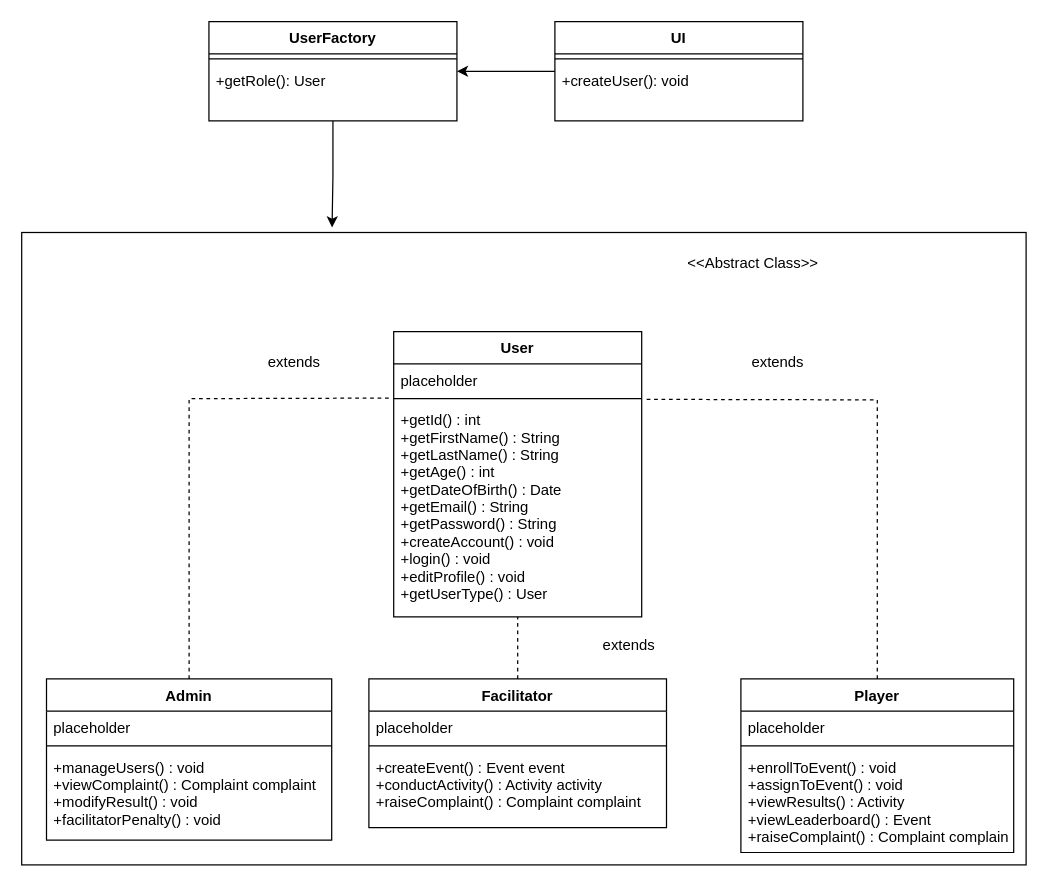
Before: Andrei/Factory Pattern diagram.drawio in Leonathal/MSS-ASS, a draw.io diagram. Source tidied: cells renumbered, new cells numbered last; positions are measured from the earlier drawing's top-left corner, leaving out a move shared by most shapes. Both pictures are drawn from the tidied source at 124%, with x=0, y=0 at pixel (21, 21).
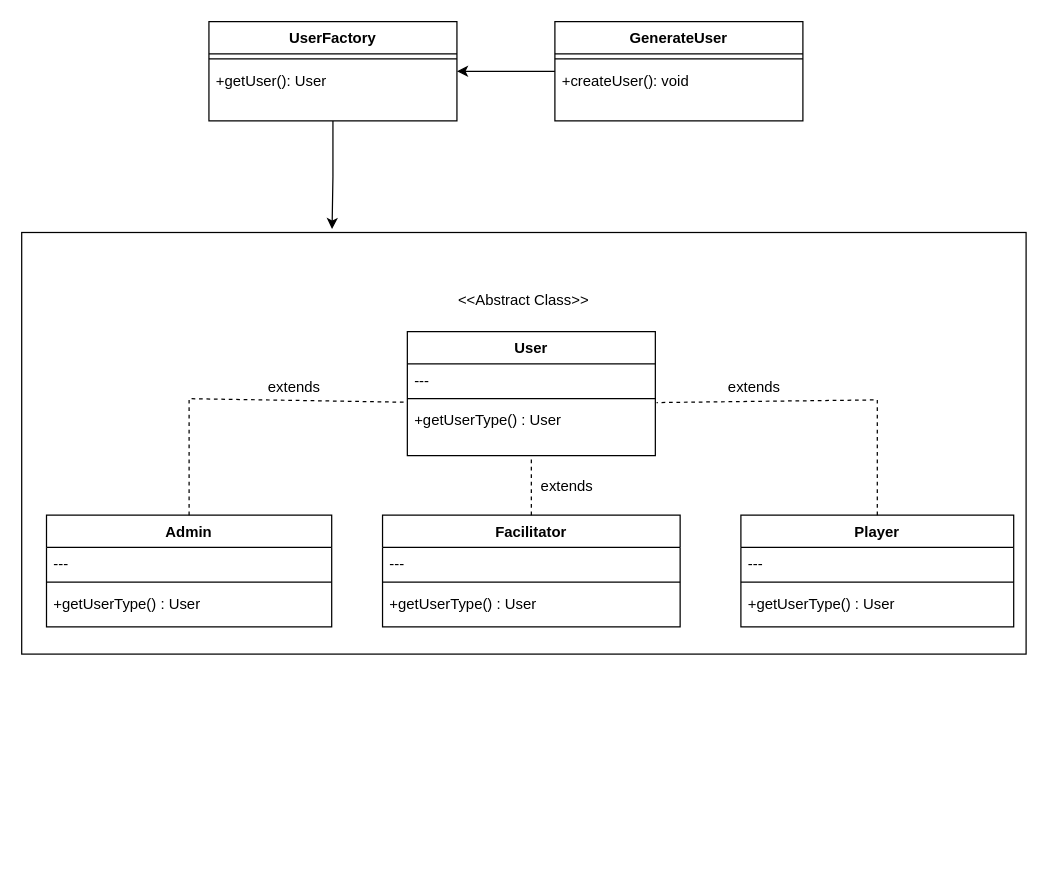
The same page after the edit.

Commit message (it also covers changes not shown here):
Changed yet again Factory Pattern diagrams and added pseudocode

The change refers to these unchanged cells:
```xml
<mxCell id="27" value="UserFactory" style="swimlane;fontStyle=1;align=center;verticalAlign=top;horizontal=1;startSize=26;" parent="1" vertex="1">
  <mxGeometry x="151" width="200" height="80" as="geometry" />
</mxCell>
```

Change to the diagram source:
```diff
@@
-    <mxCell id="2" style="rounded=0;whiteSpace=wrap;html=1;" parent="1" vertex="1">
-      <mxGeometry y="170" width="810" height="510" as="geometry" />
-    </mxCell>
+    <mxCell id="34" style="rounded=0;whiteSpace=wrap;html=1;" parent="1" vertex="1">
+      <mxGeometry y="170" width="810" height="340" as="geometry" />
+    </mxCell>
     <mxCell id="3" value="User" style="swimlane;fontStyle=1;align=center;verticalAlign=top;horizontal=1;startSize=26;" parent="1" vertex="1">
-      <mxGeometry x="300" y="250" width="200" height="230" as="geometry" />
+      <mxGeometry x="311" y="250" width="200" height="100" as="geometry" />
     </mxCell>
-    <mxCell id="4" value="placeholder" style="text;strokeColor=none;fillColor=none;align=left;verticalAlign=top;spacingLeft=4;spacingRight=4;overflow=hidden;" parent="3" vertex="1">
-      <mxGeometry y="26" width="200" height="24" as="geometry" />
-    </mxCell>
+    <mxCell id="35" value="---" style="text;strokeColor=none;fillColor=none;align=left;verticalAlign=top;spacingLeft=4;spacingRight=4;overflow=hidden;" parent="3" vertex="1">
+      <mxGeometry y="26" width="200" height="24" as="geometry" />
+    </mxCell>
@@
-    <mxCell id="6" value="+getId() : int&#10;+getFirstName() : String&#10;+getLastName() : String&#10;+getAge() : int&#10;+getDateOfBirth() : Date&#10;+getEmail() : String&#10;+getPassword() : String&#10;+createAccount() : void&#10;+login() : void&#10;+editProfile() : void&#10;+getUserType() : User" style="text;strokeColor=none;fillColor=none;align=left;verticalAlign=top;spacingLeft=4;spacingRight=4;overflow=hidden;points=[[0,0.5],[1,0.5]];portConstraint=eastwest;" parent="3" vertex="1">
-      <mxGeometry y="58" width="200" height="172" as="geometry" />
-    </mxCell>
+    <mxCell id="36" value="+getUserType() : User" style="text;strokeColor=none;fillColor=none;align=left;verticalAlign=top;spacingLeft=4;spacingRight=4;overflow=hidden;points=[[0,0.5],[1,0.5]];portConstraint=eastwest;" parent="3" vertex="1">
+      <mxGeometry y="58" width="200" height="42" as="geometry" />
+    </mxCell>
     <mxCell id="7" value="Admin" style="swimlane;fontStyle=1;align=center;verticalAlign=top;horizontal=1;startSize=26;" parent="1" vertex="1">
-      <mxGeometry x="20" y="530" width="230" height="130" as="geometry" />
+      <mxGeometry x="20" y="398" width="230" height="90" as="geometry" />
     </mxCell>
-    <mxCell id="8" value="placeholder" style="text;strokeColor=none;fillColor=none;align=left;verticalAlign=top;spacingLeft=4;spacingRight=4;overflow=hidden;" parent="7" vertex="1">
-      <mxGeometry y="26" width="230" height="24" as="geometry" />
-    </mxCell>
+    <mxCell id="37" value="---" style="text;strokeColor=none;fillColor=none;align=left;verticalAlign=top;spacingLeft=4;spacingRight=4;overflow=hidden;" parent="7" vertex="1">
+      <mxGeometry y="26" width="230" height="24" as="geometry" />
+    </mxCell>
@@
-    <mxCell id="10" value="+manageUsers() : void&#10;+viewComplaint() : Complaint complaint&#10;+modifyResult() : void&#10;+facilitatorPenalty() : void" style="text;strokeColor=none;fillColor=none;align=left;verticalAlign=top;spacingLeft=4;spacingRight=4;overflow=hidden;" parent="7" vertex="1">
-      <mxGeometry y="58" width="230" height="72" as="geometry" />
-    </mxCell>
+    <mxCell id="38" value="+getUserType() : User" style="text;strokeColor=none;fillColor=none;align=left;verticalAlign=top;spacingLeft=4;spacingRight=4;overflow=hidden;" parent="7" vertex="1">
+      <mxGeometry y="58" width="230" height="32" as="geometry" />
+    </mxCell>
     <mxCell id="11" value="Facilitator" style="swimlane;fontStyle=1;align=center;verticalAlign=top;horizontal=1;startSize=26;" parent="1" vertex="1">
-      <mxGeometry x="280" y="530" width="240" height="120" as="geometry" />
+      <mxGeometry x="291" y="398" width="240" height="90" as="geometry" />
     </mxCell>
-    <mxCell id="12" value="placeholder" style="text;strokeColor=none;fillColor=none;align=left;verticalAlign=top;spacingLeft=4;spacingRight=4;overflow=hidden;" parent="11" vertex="1">
-      <mxGeometry y="26" width="240" height="24" as="geometry" />
-    </mxCell>
+    <mxCell id="39" value="---" style="text;strokeColor=none;fillColor=none;align=left;verticalAlign=top;spacingLeft=4;spacingRight=4;overflow=hidden;" parent="11" vertex="1">
+      <mxGeometry y="26" width="240" height="24" as="geometry" />
+    </mxCell>
@@
-    <mxCell id="14" value="+createEvent() : Event event&#10;+conductActivity() : Activity activity&#10;+raiseComplaint() : Complaint complaint" style="text;strokeColor=none;fillColor=none;align=left;verticalAlign=top;spacingLeft=4;spacingRight=4;overflow=hidden;" parent="11" vertex="1">
-      <mxGeometry y="58" width="240" height="62" as="geometry" />
-    </mxCell>
+    <mxCell id="40" value="+getUserType() : User" style="text;strokeColor=none;fillColor=none;align=left;verticalAlign=top;spacingLeft=4;spacingRight=4;overflow=hidden;" parent="11" vertex="1">
+      <mxGeometry y="58" width="240" height="32" as="geometry" />
+    </mxCell>
     <mxCell id="15" value="Player" style="swimlane;fontStyle=1;align=center;verticalAlign=top;horizontal=1;startSize=26;" parent="1" vertex="1">
-      <mxGeometry x="580" y="530" width="220" height="140" as="geometry" />
+      <mxGeometry x="580" y="398" width="220" height="90" as="geometry" />
     </mxCell>
-    <mxCell id="16" value="placeholder" style="text;strokeColor=none;fillColor=none;align=left;verticalAlign=top;spacingLeft=4;spacingRight=4;overflow=hidden;" parent="15" vertex="1">
-      <mxGeometry y="26" width="220" height="24" as="geometry" />
-    </mxCell>
+    <mxCell id="41" value="---" style="text;strokeColor=none;fillColor=none;align=left;verticalAlign=top;spacingLeft=4;spacingRight=4;overflow=hidden;" parent="15" vertex="1">
+      <mxGeometry y="26" width="220" height="24" as="geometry" />
+    </mxCell>
@@
-    <mxCell id="18" value="+enrollToEvent() : void&#10;+assignToEvent() : void&#10;+viewResults() : Activity&#10;+viewLeaderboard() : Event&#10;+raiseComplaint() : Complaint complaint" style="text;strokeColor=none;fillColor=none;align=left;verticalAlign=top;spacingLeft=4;spacingRight=4;overflow=hidden;" parent="15" vertex="1">
-      <mxGeometry y="58" width="220" height="82" as="geometry" />
-    </mxCell>
-    <mxCell id="19" style="endArrow=none;dashed=1;html=1;rounded=0;exitX=0.5;exitY=0;exitDx=0;exitDy=0;entryX=1.005;entryY=-0.02;entryDx=0;entryDy=0;entryPerimeter=0;" parent="1" edge="1" source="15" target="6">
-      <mxGeometry relative="1" as="geometry">
-        <Array as="points">
-          <mxPoint x="690" y="305" />
-        </Array>
-      </mxGeometry>
-    </mxCell>
-    <mxCell id="20" style="endArrow=none;dashed=1;html=1;rounded=0;exitX=0.5;exitY=0;exitDx=0;exitDy=0;entryX=-0.005;entryY=-0.026;entryDx=0;entryDy=0;entryPerimeter=0;" parent="1" edge="1" source="7" target="6">
-      <mxGeometry relative="1" as="geometry">
-        <Array as="points">
-          <mxPoint x="135" y="304" />
-        </Array>
-      </mxGeometry>
-    </mxCell>
-    <mxCell id="21" style="endArrow=none;dashed=1;html=1;rounded=0;exitX=0.5;exitY=0;exitDx=0;exitDy=0;entryX=0.5;entryY=1;entryDx=0;entryDy=0;entryPerimeter=0;" parent="1" edge="1" source="11" target="6">
-      <mxGeometry relative="1" as="geometry" />
-    </mxCell>
+    <mxCell id="42" value="+getUserType() : User" style="text;strokeColor=none;fillColor=none;align=left;verticalAlign=top;spacingLeft=4;spacingRight=4;overflow=hidden;" parent="15" vertex="1">
+      <mxGeometry y="58" width="220" height="32" as="geometry" />
+    </mxCell>
+    <mxCell id="43" style="endArrow=none;dashed=1;html=1;rounded=0;exitX=0.5;exitY=0;exitDx=0;exitDy=0;entryX=1.005;entryY=-0.02;entryDx=0;entryDy=0;entryPerimeter=0;" parent="1" edge="1" source="15" target="36">
+      <mxGeometry relative="1" as="geometry">
+        <Array as="points">
+          <mxPoint x="690" y="305" />
+        </Array>
+      </mxGeometry>
+    </mxCell>
+    <mxCell id="44" style="endArrow=none;dashed=1;html=1;rounded=0;exitX=0.5;exitY=0;exitDx=0;exitDy=0;entryX=-0.005;entryY=-0.026;entryDx=0;entryDy=0;entryPerimeter=0;" parent="1" edge="1" source="7" target="36">
+      <mxGeometry relative="1" as="geometry">
+        <Array as="points">
+          <mxPoint x="135" y="304" />
+        </Array>
+      </mxGeometry>
+    </mxCell>
+    <mxCell id="45" style="endArrow=none;dashed=1;html=1;rounded=0;exitX=0.5;exitY=0;exitDx=0;exitDy=0;entryX=0.5;entryY=1.048;entryDx=0;entryDy=0;entryPerimeter=0;" parent="1" edge="1" source="11" target="36">
+      <mxGeometry relative="1" as="geometry" />
+    </mxCell>
     <mxCell id="22" value="&amp;lt;&amp;lt;Abstract Class&amp;gt;&amp;gt;" style="text;html=1;strokeColor=none;fillColor=none;align=center;verticalAlign=middle;whiteSpace=wrap;rounded=0;" parent="1" vertex="1">
-      <mxGeometry x="530" y="180" width="120" height="30" as="geometry" />
+      <mxGeometry x="345" y="210" width="120" height="30" as="geometry" />
     </mxCell>
-    <mxCell id="23" value="extends" style="text;html=1;strokeColor=none;fillColor=none;align=center;verticalAlign=middle;whiteSpace=wrap;rounded=0;" parent="1" vertex="1">
-      <mxGeometry x="550" y="260" width="120" height="30" as="geometry" />
-    </mxCell>
-    <mxCell id="24" value="extends" style="text;html=1;strokeColor=none;fillColor=none;align=center;verticalAlign=middle;whiteSpace=wrap;rounded=0;" parent="1" vertex="1">
-      <mxGeometry x="160" y="260" width="120" height="30" as="geometry" />
-    </mxCell>
-    <mxCell id="25" value="extends" style="text;html=1;strokeColor=none;fillColor=none;align=center;verticalAlign=middle;whiteSpace=wrap;rounded=0;" parent="1" vertex="1">
-      <mxGeometry x="430" y="488" width="120" height="30" as="geometry" />
-    </mxCell>
-    <mxCell id="26" style="edgeStyle=orthogonalEdgeStyle;rounded=0;jettySize=auto;html=1;entryX=0.309;entryY=-0.008;entryDx=0;entryDy=0;entryPerimeter=0;" parent="1" edge="1" source="27" target="2">
-      <mxGeometry relative="1" as="geometry" />
-    </mxCell>
+    <mxCell id="46" value="extends" style="text;html=1;strokeColor=none;fillColor=none;align=center;verticalAlign=middle;whiteSpace=wrap;rounded=0;" parent="1" vertex="1">
+      <mxGeometry x="531" y="280" width="120" height="30" as="geometry" />
+    </mxCell>
+    <mxCell id="47" value="extends" style="text;html=1;strokeColor=none;fillColor=none;align=center;verticalAlign=middle;whiteSpace=wrap;rounded=0;" parent="1" vertex="1">
+      <mxGeometry x="160" y="280" width="120" height="30" as="geometry" />
+    </mxCell>
+    <mxCell id="48" value="extends" style="text;html=1;strokeColor=none;fillColor=none;align=center;verticalAlign=middle;whiteSpace=wrap;rounded=0;" parent="1" vertex="1">
+      <mxGeometry x="380" y="360" width="120" height="30" as="geometry" />
+    </mxCell>
+    <mxCell id="49" style="edgeStyle=orthogonalEdgeStyle;rounded=0;jettySize=auto;html=1;entryX=0.309;entryY=-0.008;entryDx=0;entryDy=0;entryPerimeter=0;" parent="1" edge="1" source="27" target="34">
+      <mxGeometry relative="1" as="geometry" />
+    </mxCell>
@@
-    <mxCell id="28" style="line;strokeWidth=1;fillColor=none;align=left;verticalAlign=middle;spacingTop=-1;spacingLeft=3;spacingRight=3;labelPosition=right;" parent="27" vertex="1">
-      <mxGeometry y="26" width="200" height="8" as="geometry" />
-    </mxCell>
-    <mxCell id="29" value="+getRole(): User" style="text;strokeColor=none;fillColor=none;align=left;verticalAlign=top;spacingLeft=4;spacingRight=4;overflow=hidden;points=[[0,0.5],[1,0.5]];portConstraint=eastwest;" parent="27" vertex="1">
-      <mxGeometry y="34" width="200" height="46" as="geometry" />
-    </mxCell>
-    <mxCell id="30" style="edgeStyle=orthogonalEdgeStyle;rounded=0;jettySize=auto;html=1;entryX=1;entryY=0.13;entryDx=0;entryDy=0;entryPerimeter=0;" parent="1" edge="1" source="31" target="29">
-      <mxGeometry relative="1" as="geometry" />
-    </mxCell>
-    <mxCell id="31" value="UI" style="swimlane;fontStyle=1;align=center;verticalAlign=top;horizontal=1;startSize=26;" parent="1" vertex="1">
-      <mxGeometry x="430" width="200" height="80" as="geometry" />
-    </mxCell>
-    <mxCell id="32" style="line;strokeWidth=1;fillColor=none;align=left;verticalAlign=middle;spacingTop=-1;spacingLeft=3;spacingRight=3;labelPosition=right;" parent="31" vertex="1">
-      <mxGeometry y="26" width="200" height="8" as="geometry" />
-    </mxCell>
+    <mxCell id="50" style="line;strokeWidth=1;fillColor=none;align=left;verticalAlign=middle;spacingTop=-1;spacingLeft=3;spacingRight=3;labelPosition=right;" parent="27" vertex="1">
+      <mxGeometry y="26" width="200" height="8" as="geometry" />
+    </mxCell>
+    <mxCell id="51" value="+getUser(): User" style="text;strokeColor=none;fillColor=none;align=left;verticalAlign=top;spacingLeft=4;spacingRight=4;overflow=hidden;points=[[0,0.5],[1,0.5]];portConstraint=eastwest;" parent="27" vertex="1">
+      <mxGeometry y="34" width="200" height="46" as="geometry" />
+    </mxCell>
+    <mxCell id="52" style="edgeStyle=orthogonalEdgeStyle;rounded=0;jettySize=auto;html=1;entryX=1;entryY=0.13;entryDx=0;entryDy=0;entryPerimeter=0;" parent="1" edge="1" source="53" target="51">
+      <mxGeometry relative="1" as="geometry" />
+    </mxCell>
+    <mxCell id="53" value="GenerateUser" style="swimlane;fontStyle=1;align=center;verticalAlign=top;horizontal=1;startSize=26;" parent="1" vertex="1">
+      <mxGeometry x="430" width="200" height="80" as="geometry" />
+    </mxCell>
+    <mxCell id="54" style="line;strokeWidth=1;fillColor=none;align=left;verticalAlign=middle;spacingTop=-1;spacingLeft=3;spacingRight=3;labelPosition=right;" parent="53" vertex="1">
+      <mxGeometry y="26" width="200" height="8" as="geometry" />
+    </mxCell>
-    <mxCell id="33" value="+createUser(): void" style="text;strokeColor=none;fillColor=none;align=left;verticalAlign=top;spacingLeft=4;spacingRight=4;overflow=hidden;" parent="31" vertex="1">
+    <mxCell id="33" value="+createUser(): void" style="text;strokeColor=none;fillColor=none;align=left;verticalAlign=top;spacingLeft=4;spacingRight=4;overflow=hidden;" parent="53" vertex="1">
       <mxGeometry y="34" width="200" height="46" as="geometry" />
     </mxCell>
```
